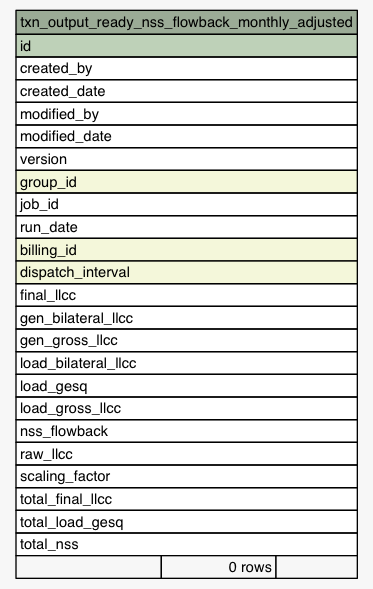
The Graphviz diagram Data/settlement/diagrams/summary/txn_output_ready_nss_flowback_monthly_adjusted.1degree.png in eyana-m/python-data-dictionary-writer, before a commit. Its source is kept beside it as Data/settlement/diagrams/summary/txn_output_ready_nss_flowback_monthly_adjusted.1degree.dot. Source of this version:
```dot
digraph "txn_output_ready_nss_flowback_monthly_adjusted" {
  graph [
    rankdir="RL"
    bgcolor="#f7f7f7"
    nodesep="0.18"
    ranksep="0.46"
    fontname="Helvetica"
    fontsize="11"
  ];
  node [
    fontname="Helvetica"
    fontsize="11"
    shape="plaintext"
  ];
  edge [
    arrowsize="0.8"
  ];
  "txn_output_ready_nss_flowback_monthly_adjusted" [
    label=<
    <TABLE BORDER="0" CELLBORDER="1" CELLSPACING="0" BGCOLOR="#ffffff">
      <TR><TD COLSPAN="3" BGCOLOR="#9bab96" ALIGN="CENTER">txn_output_ready_nss_flowback_monthly_adjusted</TD></TR>
      <TR><TD PORT="id" COLSPAN="3" BGCOLOR="#bed1b8" ALIGN="LEFT">id</TD></TR>
      <TR><TD PORT="created_by" COLSPAN="3" ALIGN="LEFT">created_by</TD></TR>
      <TR><TD PORT="created_date" COLSPAN="3" ALIGN="LEFT">created_date</TD></TR>
      <TR><TD PORT="modified_by" COLSPAN="3" ALIGN="LEFT">modified_by</TD></TR>
      <TR><TD PORT="modified_date" COLSPAN="3" ALIGN="LEFT">modified_date</TD></TR>
      <TR><TD PORT="version" COLSPAN="3" ALIGN="LEFT">version</TD></TR>
      <TR><TD PORT="group_id" COLSPAN="3" BGCOLOR="#f4f7da" ALIGN="LEFT">group_id</TD></TR>
      <TR><TD PORT="job_id" COLSPAN="3" ALIGN="LEFT">job_id</TD></TR>
      <TR><TD PORT="run_date" COLSPAN="3" ALIGN="LEFT">run_date</TD></TR>
      <TR><TD PORT="billing_id" COLSPAN="3" BGCOLOR="#f4f7da" ALIGN="LEFT">billing_id</TD></TR>
      <TR><TD PORT="dispatch_interval" COLSPAN="3" BGCOLOR="#f4f7da" ALIGN="LEFT">dispatch_interval</TD></TR>
      <TR><TD PORT="final_llcc" COLSPAN="3" ALIGN="LEFT">final_llcc</TD></TR>
      <TR><TD PORT="gen_bilateral_llcc" COLSPAN="3" ALIGN="LEFT">gen_bilateral_llcc</TD></TR>
      <TR><TD PORT="gen_gross_llcc" COLSPAN="3" ALIGN="LEFT">gen_gross_llcc</TD></TR>
      <TR><TD PORT="load_bilateral_llcc" COLSPAN="3" ALIGN="LEFT">load_bilateral_llcc</TD></TR>
      <TR><TD PORT="load_gesq" COLSPAN="3" ALIGN="LEFT">load_gesq</TD></TR>
      <TR><TD PORT="load_gross_llcc" COLSPAN="3" ALIGN="LEFT">load_gross_llcc</TD></TR>
      <TR><TD PORT="nss_flowback" COLSPAN="3" ALIGN="LEFT">nss_flowback</TD></TR>
      <TR><TD PORT="raw_llcc" COLSPAN="3" ALIGN="LEFT">raw_llcc</TD></TR>
      <TR><TD PORT="scaling_factor" COLSPAN="3" ALIGN="LEFT">scaling_factor</TD></TR>
      <TR><TD PORT="total_final_llcc" COLSPAN="3" ALIGN="LEFT">total_final_llcc</TD></TR>
      <TR><TD PORT="total_load_gesq" COLSPAN="3" ALIGN="LEFT">total_load_gesq</TD></TR>
      <TR><TD PORT="total_nss" COLSPAN="3" ALIGN="LEFT">total_nss</TD></TR>
      <TR><TD ALIGN="LEFT" BGCOLOR="#f7f7f7">  </TD><TD ALIGN="RIGHT" BGCOLOR="#f7f7f7">0 rows</TD><TD ALIGN="RIGHT" BGCOLOR="#f7f7f7">  </TD></TR>
    </TABLE>>
    URL="tables/txn_output_ready_nss_flowback_monthly_adjusted.html"
    tooltip="txn_output_ready_nss_flowback_monthly_adjusted"
  ];
}
```
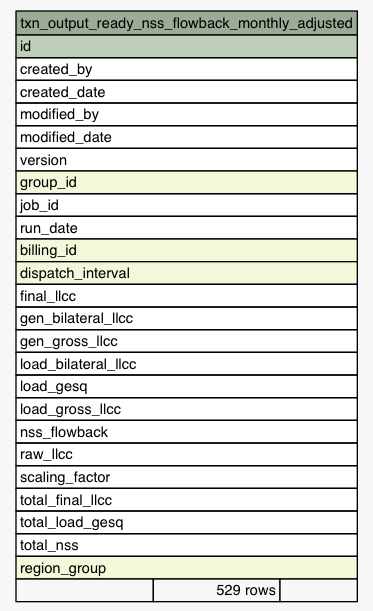
Later version of the same file.

What changed in the source:
```diff
@@ -42,7 +42,8 @@
       <TR><TD PORT="total_final_llcc" COLSPAN="3" ALIGN="LEFT">total_final_llcc</TD></TR>
       <TR><TD PORT="total_load_gesq" COLSPAN="3" ALIGN="LEFT">total_load_gesq</TD></TR>
       <TR><TD PORT="total_nss" COLSPAN="3" ALIGN="LEFT">total_nss</TD></TR>
-      <TR><TD ALIGN="LEFT" BGCOLOR="#f7f7f7">  </TD><TD ALIGN="RIGHT" BGCOLOR="#f7f7f7">0 rows</TD><TD ALIGN="RIGHT" BGCOLOR="#f7f7f7">  </TD></TR>
+      <TR><TD PORT="region_group" COLSPAN="3" BGCOLOR="#f4f7da" ALIGN="LEFT">region_group</TD></TR>
+      <TR><TD ALIGN="LEFT" BGCOLOR="#f7f7f7">  </TD><TD ALIGN="RIGHT" BGCOLOR="#f7f7f7">529 rows</TD><TD ALIGN="RIGHT" BGCOLOR="#f7f7f7">  </TD></TR>
     </TABLE>>
     URL="tables/txn_output_ready_nss_flowback_monthly_adjusted.html"
     tooltip="txn_output_ready_nss_flowback_monthly_adjusted"
```
